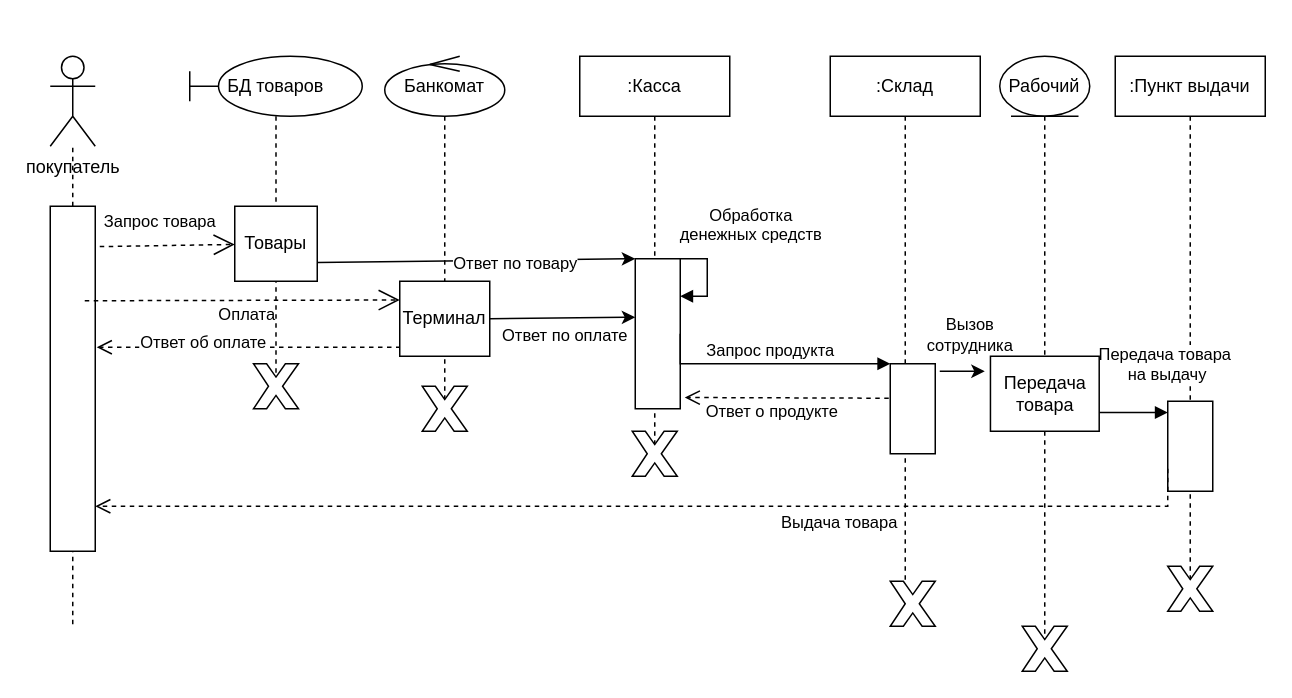
Before: pract3.drawio in Barbariks/ACMS, a draw.io diagram. Source tidied: cells renumbered, new cells numbered last; positions are measured from the earlier drawing's top-left corner, leaving out a move shared by most shapes. Both pictures are drawn from the tidied source at 150%, with x=0, y=0 at pixel (50, 56).
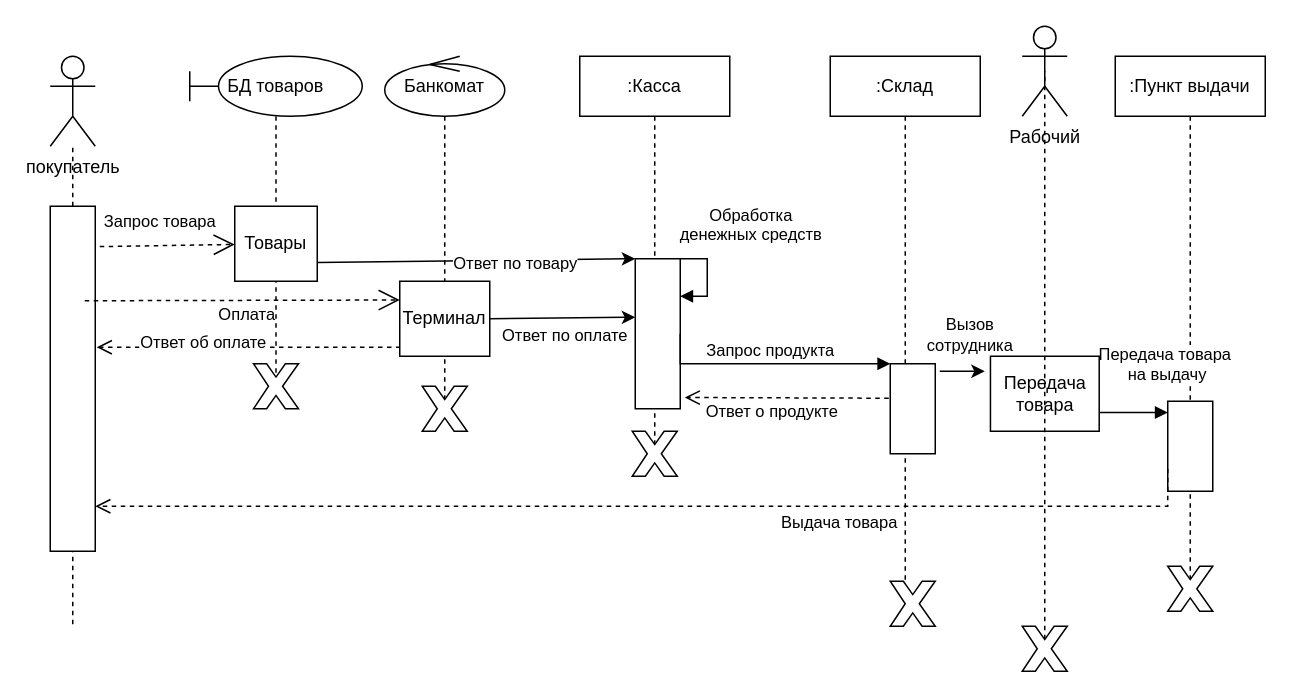
After the change.

The change refers to these unchanged cells:
```xml
<mxCell id="33" value="Передача&lt;br&gt;товара" style="html=1;whiteSpace=wrap;" parent="1" vertex="1">
  <mxGeometry x="626.8" y="200" width="72.5" height="50" as="geometry" />
</mxCell>
<mxCell id="34" style="verticalLabelPosition=bottom;verticalAlign=top;html=1;shape=mxgraph.basic.x;" parent="1" vertex="1">
  <mxGeometry x="648" y="380" width="30" height="30" as="geometry" />
</mxCell>
```

Diff of the diagram source:
```diff
@@
-    <mxCell id="29" value="Рабочий" style="shape=umlLifeline;perimeter=lifelinePerimeter;whiteSpace=wrap;html=1;outlineConnect=0;portConstraint=eastwest;newEdgeStyle={&quot;edgeStyle&quot;:&quot;elbowEdgeStyle&quot;,&quot;elbow&quot;:&quot;vertical&quot;,&quot;curved&quot;:0,&quot;rounded&quot;:0};participant=umlEntity;" parent="1" vertex="1">
-      <mxGeometry x="633" width="60" height="390" as="geometry" />
-    </mxCell>
-    <mxCell id="30" style="endArrow=classic;html=1;rounded=0;exitX=1;exitY=0.25;exitDx=0;exitDy=0;" parent="1" edge="1" source="33" target="29">
-      <mxGeometry relative="1" as="geometry" />
+    <mxCell id="30" style="endArrow=classic;html=1;rounded=0;exitX=1;exitY=0.25;exitDx=0;exitDy=0;" parent="1" edge="1" source="33">
+      <mxGeometry relative="1" as="geometry">
+        <mxPoint x="662.5" y="212.5" as="targetPoint" />
+      </mxGeometry>
     </mxCell>
@@
+    <mxCell id="29" value="Рабочий&lt;br&gt;" style="shape=umlActor;verticalLabelPosition=bottom;verticalAlign=top;html=1;outlineConnect=0;" parent="1" vertex="1">
+      <mxGeometry x="648" y="-20" width="30" height="60" as="geometry" />
+    </mxCell>
+    <mxCell id="39" style="endArrow=none;dashed=1;html=1;rounded=0;entryX=0.5;entryY=0.5;entryDx=0;entryDy=0;entryPerimeter=0;exitX=0.5;exitY=0.29;exitDx=0;exitDy=0;exitPerimeter=0;" parent="1" edge="1" source="34" target="29">
+      <mxGeometry relative="1" as="geometry" />
+    </mxCell>
```
